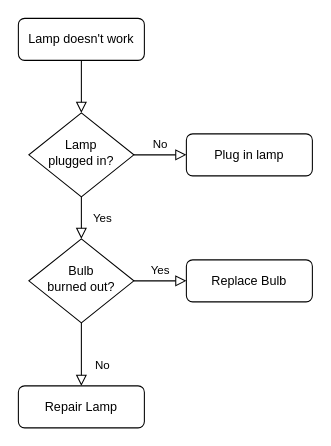
The draw.io diagram Revelation-Diary/Source/FlowChart/제목 없는 다이어그램.drawio in Revelation-22/Revelation-Diary, before the edit. Source tidied: cells renumbered, new cells numbered last; positions are measured from the earlier drawing's top-left corner, leaving out a move shared by most shapes. Both pictures are drawn from the tidied source at 105%, with x=0, y=0 at pixel (18, 18).
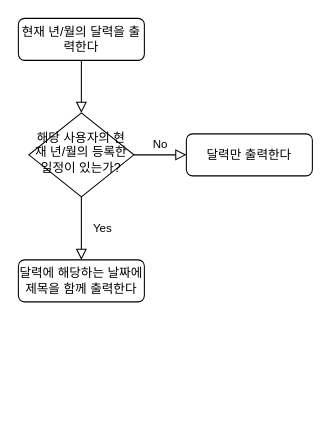
The same page after the edit.

The edit, as a diff of the source:
```diff
@@
 <mxGraphModel>
   <root>
     <mxCell id="0" />
     <mxCell id="1" parent="0" />
     <mxCell id="2" style="rounded=0;html=1;jettySize=auto;fontSize=11;endArrow=block;endFill=0;endSize=8;strokeWidth=1;shadow=0;labelBackgroundColor=none;edgeStyle=orthogonalEdgeStyle;" parent="1" edge="1" source="3" target="6">
       <mxGeometry relative="1" as="geometry" />
     </mxCell>
-    <mxCell id="3" value="Lamp doesn't work" style="rounded=1;whiteSpace=wrap;html=1;fontSize=12;glass=0;strokeWidth=1;shadow=0;" parent="1" vertex="1">
+    <mxCell id="3" value="현재 년/월의 달력을 출력한다" style="rounded=1;whiteSpace=wrap;html=1;fontSize=12;glass=0;strokeWidth=1;shadow=0;" parent="1" vertex="1">
       <mxGeometry width="120" height="40" as="geometry" />
     </mxCell>
-    <mxCell id="4" value="Yes" style="rounded=0;html=1;jettySize=auto;fontSize=11;endArrow=block;endFill=0;endSize=8;strokeWidth=1;shadow=0;labelBackgroundColor=none;edgeStyle=orthogonalEdgeStyle;" parent="1" edge="1" source="6" target="10">
+    <mxCell id="4" value="Yes" style="rounded=0;html=1;jettySize=auto;fontSize=11;endArrow=block;endFill=0;endSize=8;strokeWidth=1;shadow=0;labelBackgroundColor=none;edgeStyle=orthogonalEdgeStyle;entryX=0.5;entryY=0;entryDx=0;entryDy=0;" parent="1" edge="1" source="6" target="11">
       <mxGeometry y="20" relative="1" as="geometry" />
     </mxCell>
     <mxCell id="5" value="No" style="edgeStyle=orthogonalEdgeStyle;rounded=0;html=1;jettySize=auto;fontSize=11;endArrow=block;endFill=0;endSize=8;strokeWidth=1;shadow=0;labelBackgroundColor=none;" parent="1" edge="1" source="6" target="7">
       <mxGeometry y="10" relative="1" as="geometry" />
     </mxCell>
-    <mxCell id="6" value="Lamp&lt;br&gt;plugged in?" style="rhombus;whiteSpace=wrap;html=1;shadow=0;fontFamily=Helvetica;fontSize=12;align=center;strokeWidth=1;spacing=6;spacingTop=-4;" parent="1" vertex="1">
+    <mxCell id="6" value="해당 사용자의 현재 년/월의 등록한 일정이 있는가?" style="rhombus;whiteSpace=wrap;html=1;shadow=0;fontFamily=Helvetica;fontSize=12;align=center;strokeWidth=1;spacing=6;spacingTop=-4;" parent="1" vertex="1">
       <mxGeometry x="10" y="90" width="100" height="80" as="geometry" />
     </mxCell>
-    <mxCell id="7" value="Plug in lamp" style="rounded=1;whiteSpace=wrap;html=1;fontSize=12;glass=0;strokeWidth=1;shadow=0;" parent="1" vertex="1">
+    <mxCell id="7" value="달력만 출력한다" style="rounded=1;whiteSpace=wrap;html=1;fontSize=12;glass=0;strokeWidth=1;shadow=0;" parent="1" vertex="1">
       <mxGeometry x="160" y="110" width="120" height="40" as="geometry" />
     </mxCell>
-    <mxCell id="8" value="No" style="rounded=0;html=1;jettySize=auto;fontSize=11;endArrow=block;endFill=0;endSize=8;strokeWidth=1;shadow=0;labelBackgroundColor=none;edgeStyle=orthogonalEdgeStyle;" parent="1" edge="1" source="10" target="11">
-      <mxGeometry x="0.33" y="20" relative="1" as="geometry" />
-    </mxCell>
-    <mxCell id="9" value="Yes" style="edgeStyle=orthogonalEdgeStyle;rounded=0;html=1;jettySize=auto;fontSize=11;endArrow=block;endFill=0;endSize=8;strokeWidth=1;shadow=0;labelBackgroundColor=none;" parent="1" edge="1" source="10" target="12">
-      <mxGeometry y="10" relative="1" as="geometry" />
-    </mxCell>
-    <mxCell id="10" value="Bulb&lt;br&gt;burned out?" style="rhombus;whiteSpace=wrap;html=1;shadow=0;fontFamily=Helvetica;fontSize=12;align=center;strokeWidth=1;spacing=6;spacingTop=-4;" parent="1" vertex="1">
-      <mxGeometry x="10" y="210" width="100" height="80" as="geometry" />
-    </mxCell>
-    <mxCell id="11" value="Repair Lamp" style="rounded=1;whiteSpace=wrap;html=1;fontSize=12;glass=0;strokeWidth=1;shadow=0;" parent="1" vertex="1">
-      <mxGeometry y="350" width="120" height="40" as="geometry" />
+    <mxCell id="11" value="달력에 해당하는 날짜에 제목을 함께 출력한다" style="rounded=1;whiteSpace=wrap;html=1;fontSize=12;glass=0;strokeWidth=1;shadow=0;" parent="1" vertex="1">
+      <mxGeometry y="230" width="120" height="40" as="geometry" />
     </mxCell>
-    <mxCell id="12" value="Replace Bulb" style="rounded=1;whiteSpace=wrap;html=1;fontSize=12;glass=0;strokeWidth=1;shadow=0;" parent="1" vertex="1">
-      <mxGeometry x="160" y="230" width="120" height="40" as="geometry" />
-    </mxCell>
   </root>
 </mxGraphModel>
```
